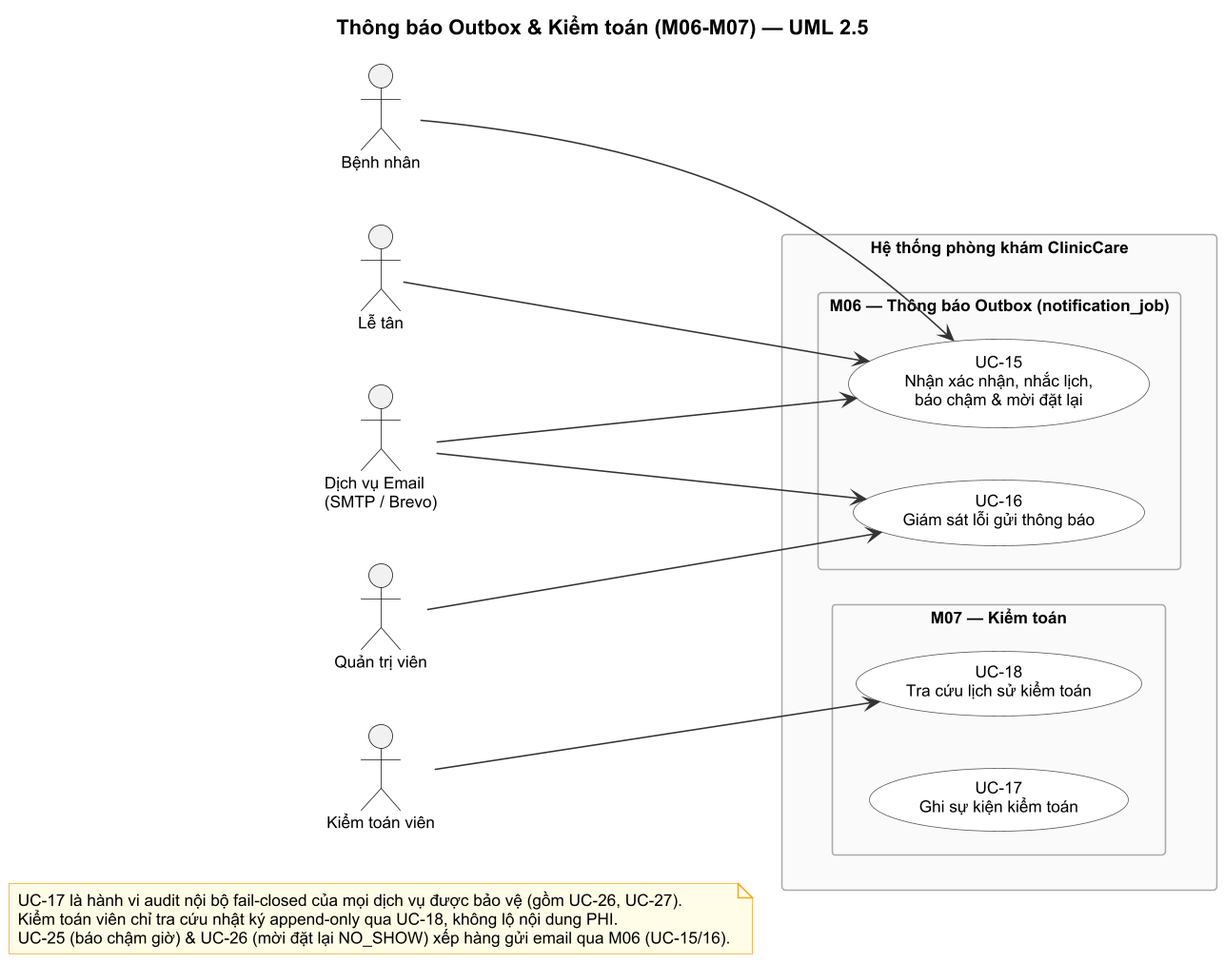
Before: docs/design/use-case/use-case-4.png, a diagram exported from PlantUML (Samie32/SE-project).
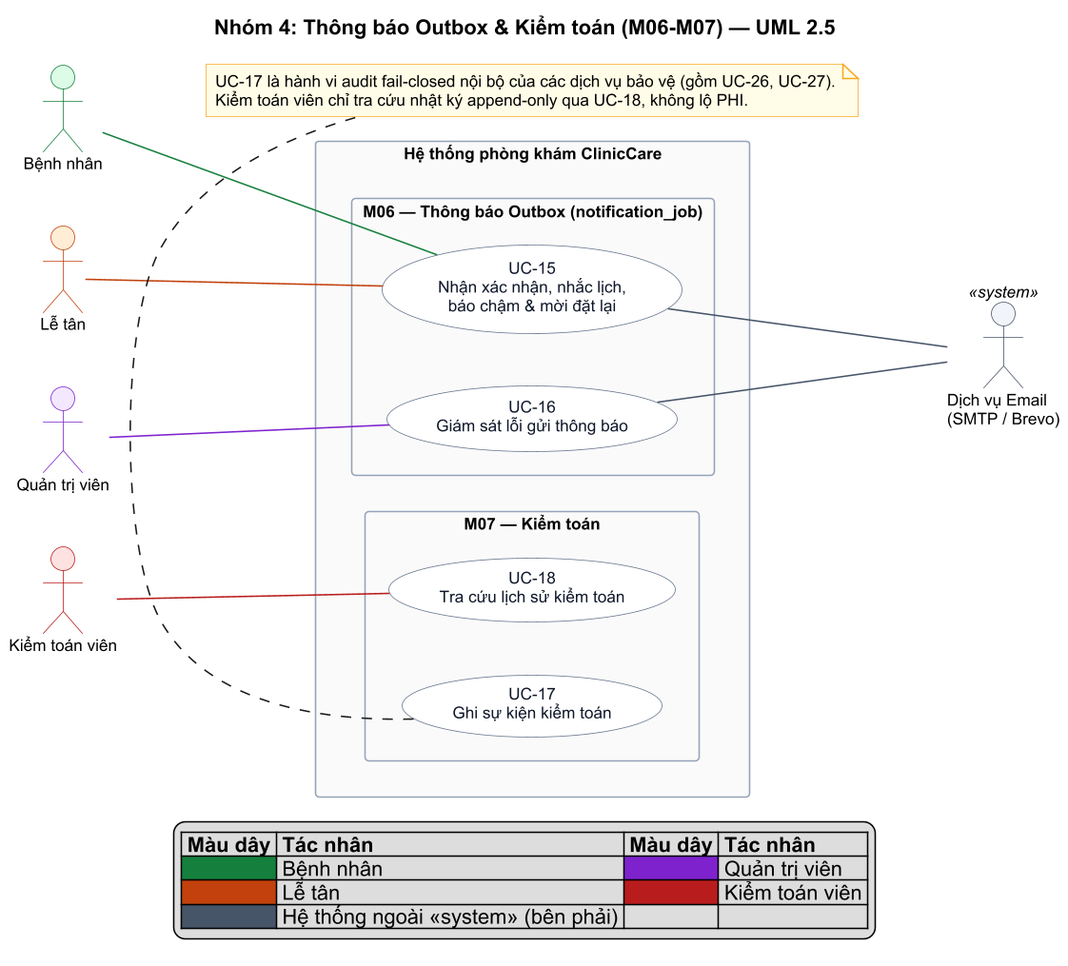
Above is the later version.

The edit, as a diff of the source:
```diff
@@ -1,33 +1,26 @@
 @startuml use-case-4
 skinparam usecase {
   BackgroundColor White
-  BorderColor #555
-  ArrowColor #333
+  BorderColor #64748B
+  FontColor #0F172A
 }
 skinparam packageStyle rectangle
 skinparam packageBackgroundColor #FAFAFA
-skinparam packageBorderColor #AAAAAA
+skinparam packageBorderColor #94A3B8
 skinparam noteBackgroundColor #FFFDE7
 skinparam noteBorderColor #F9A825
 skinparam shadowing false
 skinparam defaultFontName Arial
 skinparam defaultFontSize 11
 skinparam dpi 150
-title Thông báo Outbox & Kiểm toán (M06-M07) — UML 2.5
-
-note as N1
-  UC-17 là hành vi audit nội bộ fail-closed của mọi dịch vụ được bảo vệ (gồm UC-26, UC-27).
-  Kiểm toán viên chỉ tra cứu nhật ký append-only qua UC-18, không lộ nội dung PHI.
-  UC-25 (báo chậm giờ) & UC-26 (mời đặt lại NO_SHOW) xếp hàng gửi email qua M06 (UC-15/16).
-end note
+title Nhóm 4: Thông báo Outbox & Kiểm toán (M06-M07) — UML 2.5
 
 left to right direction
 
-actor "Bệnh nhân" as Patient
-actor "Lễ tân" as Receptionist
-actor "Quản trị viên" as Admin
-actor "Kiểm toán viên" as Auditor
-actor "Dịch vụ Email\n(SMTP / Brevo)" as EmailSvc
+actor "Bệnh nhân" as Patient #DCFCE7;line:15803D
+actor "Lễ tân" as Receptionist #FFEDD5;line:C2410C
+actor "Quản trị viên" as Admin #F3E8FF;line:7E22CE
+actor "Kiểm toán viên" as Auditor #FEE2E2;line:B91C1C
 
 rectangle "Hệ thống phòng khám ClinicCare" {
 
@@ -37,15 +30,30 @@
   }
 
   package "M07 — Kiểm toán" {
+    usecase "UC-18\nTra cứu lịch sử kiểm toán" as UC18
     usecase "UC-17\nGhi sự kiện kiểm toán" as UC17
-    usecase "UC-18\nTra cứu lịch sử kiểm toán" as UC18
   }
 }
 
-Patient --> UC15
-Receptionist --> UC15
-Admin --> UC16
-Auditor --> UC18
-EmailSvc --> UC15
-EmailSvc --> UC16
+actor "Dịch vụ Email\n(SMTP / Brevo)" as EmailSvc <<system>> #F1F5F9;line:475569
+
+Patient -[#15803D]- UC15
+Receptionist -[#C2410C]- UC15
+Admin -[#7E22CE]- UC16
+Auditor -[#B91C1C]- UC18
+
+UC15 -[#475569]- EmailSvc
+UC16 -[#475569]- EmailSvc
+
+note bottom of UC17
+  UC-17 là hành vi audit fail-closed nội bộ của các dịch vụ bảo vệ (gồm UC-26, UC-27).
+  Kiểm toán viên chỉ tra cứu nhật ký append-only qua UC-18, không lộ PHI.
+end note
+
+legend bottom
+  |= Màu dây |= Tác nhân |= Màu dây |= Tác nhân |
+  |<#15803D>   | Bệnh nhân |<#7E22CE>   | Quản trị viên |
+  |<#C2410C>   | Lễ tân |<#B91C1C>   | Kiểm toán viên |
+  |<#475569>   | Hệ thống ngoài <<system>> (bên phải) | | |
+endlegend
 @enduml
```
